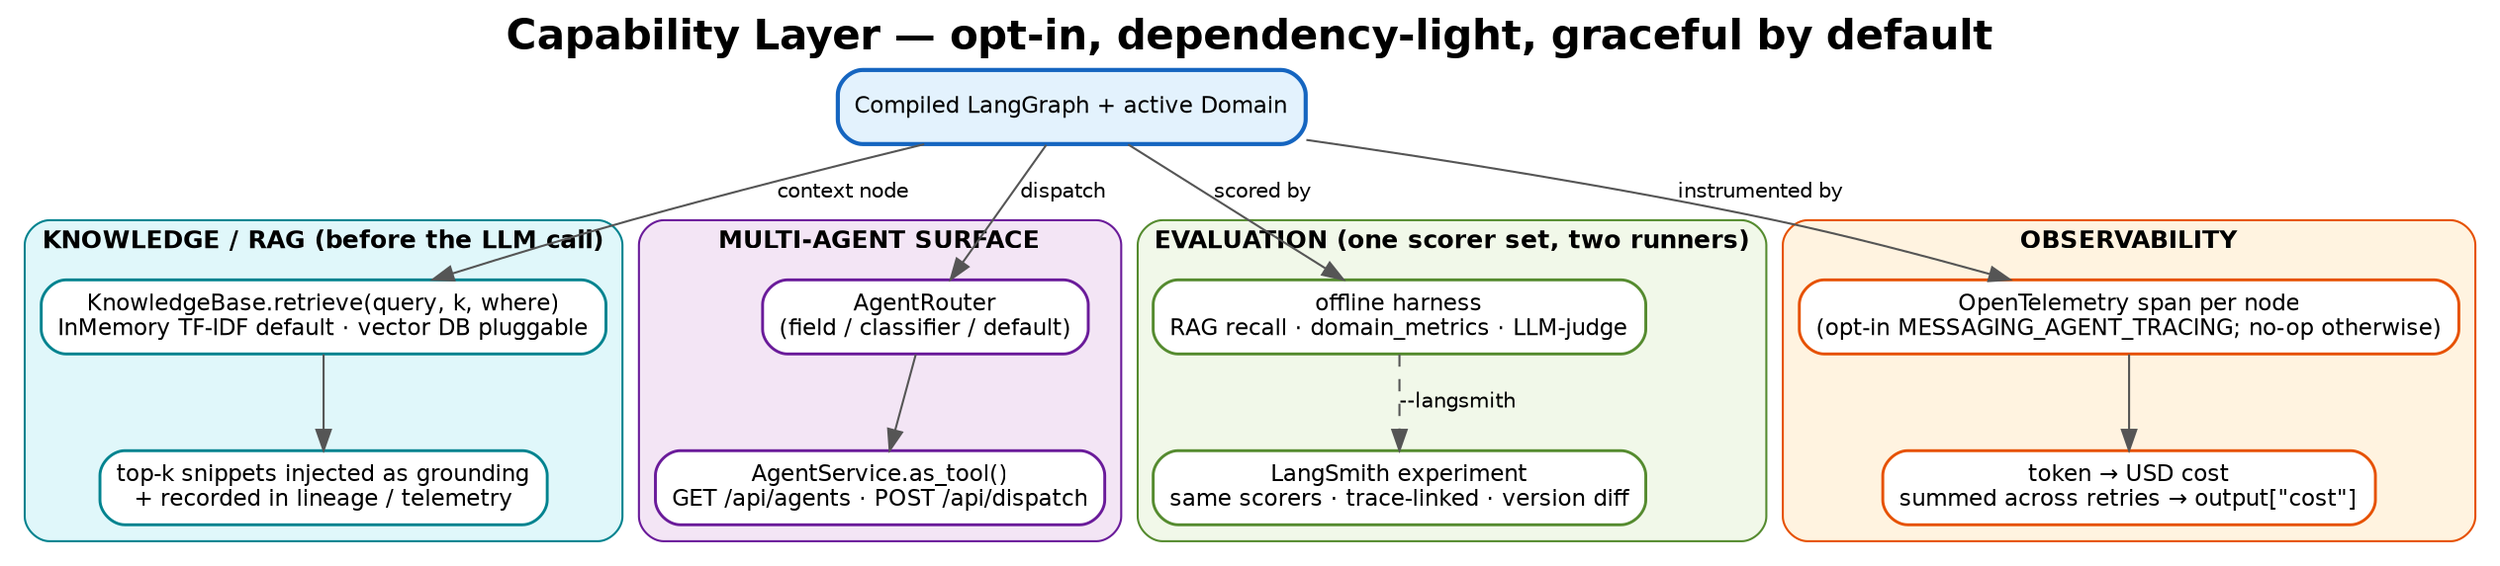
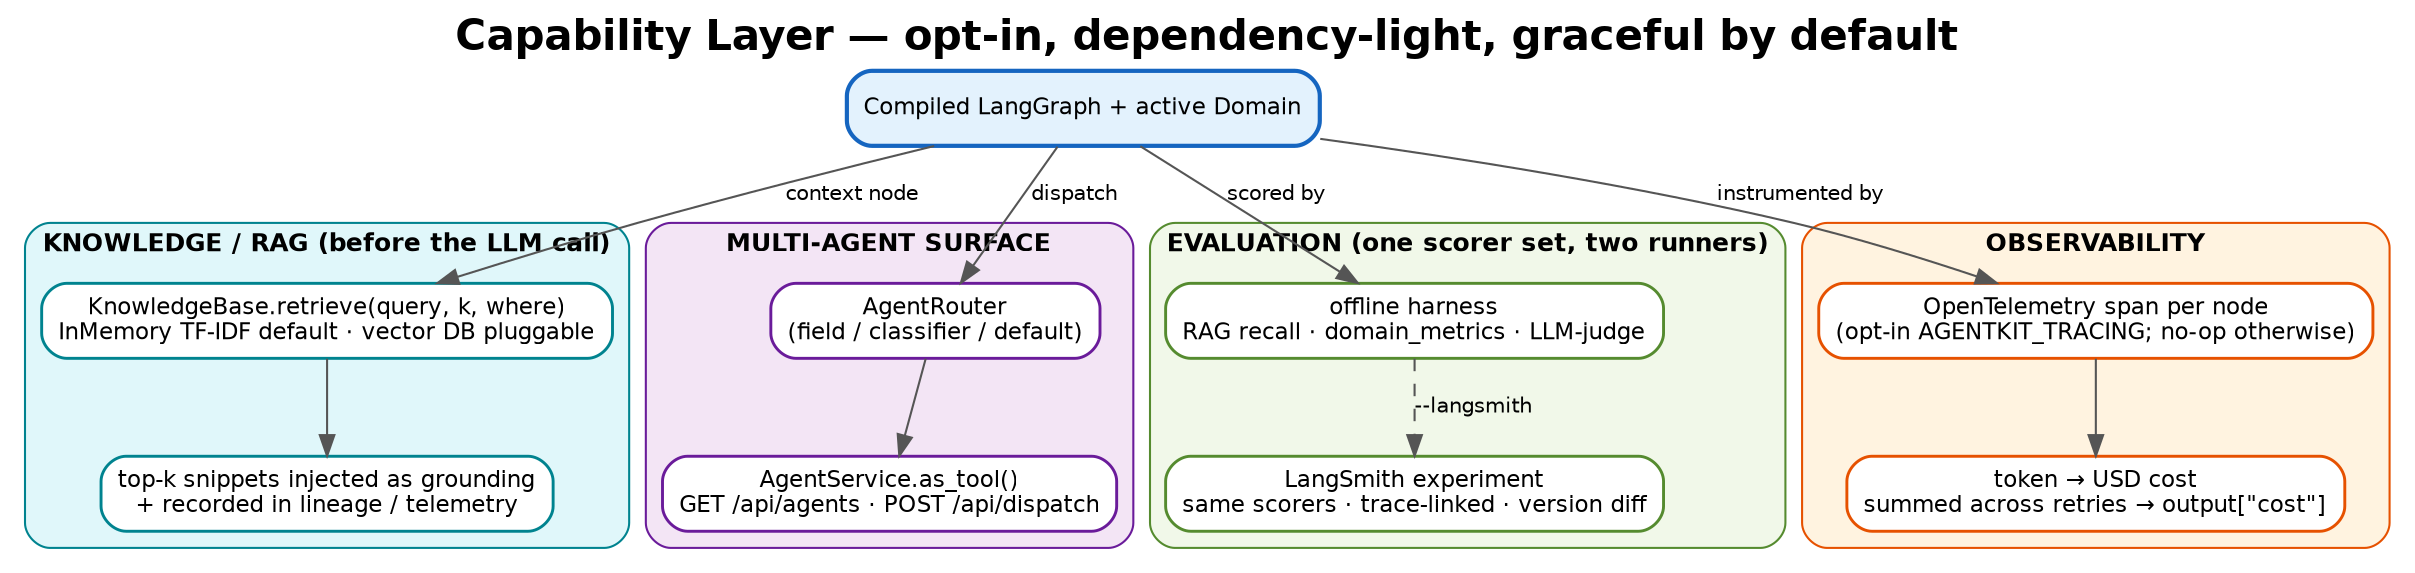
digraph capabilities {
  rankdir=TB;
  bgcolor="white";
  labelloc="t";
  fontname="Helvetica-Bold";
  fontsize=20;
  label="Capability Layer — opt-in, dependency-light, graceful by default";
  node [fontname="Helvetica", fontsize=11, shape=box, style="filled,rounded", penwidth=1.4];
  edge [fontname="Helvetica", fontsize=10, color="#555555"];

  core [label="Compiled LangGraph + active Domain", fillcolor="#E3F2FD", color="#1565C0", penwidth=2];

  subgraph cluster_know {
    label="KNOWLEDGE / RAG (before the LLM call)";
    fontname="Helvetica-Bold"; fontsize=12; color="#00838F"; style="rounded"; bgcolor="#E0F7FA";
    kb [label="KnowledgeBase.retrieve(query, k, where)\nInMemory TF-IDF default · vector DB pluggable", fillcolor="white", color="#00838F"];
    ground [label="top-k snippets injected as grounding\n+ recorded in lineage / telemetry", fillcolor="white", color="#00838F"];
    kb -> ground;
  }

  subgraph cluster_multi {
    label="MULTI-AGENT SURFACE";
    fontname="Helvetica-Bold"; fontsize=12; color="#6A1B9A"; style="rounded"; bgcolor="#F3E5F5";
    router [label="AgentRouter\n(field / classifier / default)", fillcolor="white", color="#6A1B9A"];
    svc [label="AgentService.as_tool()\nGET /api/agents · POST /api/dispatch", fillcolor="white", color="#6A1B9A"];
    router -> svc;
  }

  subgraph cluster_eval {
    label="EVALUATION (one scorer set, two runners)";
    fontname="Helvetica-Bold"; fontsize=12; color="#558B2F"; style="rounded"; bgcolor="#F1F8E9";
    offline [label="offline harness\nRAG recall · domain_metrics · LLM-judge", fillcolor="white", color="#558B2F"];
    ls [label="LangSmith experiment\nsame scorers · trace-linked · version diff", fillcolor="white", color="#558B2F"];
    offline -> ls [label="--langsmith", style=dashed];
  }

  subgraph cluster_obs {
    label="OBSERVABILITY";
    fontname="Helvetica-Bold"; fontsize=12; color="#E65100"; style="rounded"; bgcolor="#FFF3E0";
-     otel [label="OpenTelemetry span per node\n(opt-in MESSAGING_AGENT_TRACING; no-op otherwise)", fillcolor="white", color="#E65100"];
+     otel [label="OpenTelemetry span per node\n(opt-in AGENTKIT_TRACING; no-op otherwise)", fillcolor="white", color="#E65100"];
    cost [label="token → USD cost\nsummed across retries → output[\"cost\"]", fillcolor="white", color="#E65100"];
    otel -> cost;
  }

  core -> kb     [label="context node"];
  core -> router [label="dispatch"];
  core -> offline [label="scored by"];
  core -> otel   [label="instrumented by"];
}
